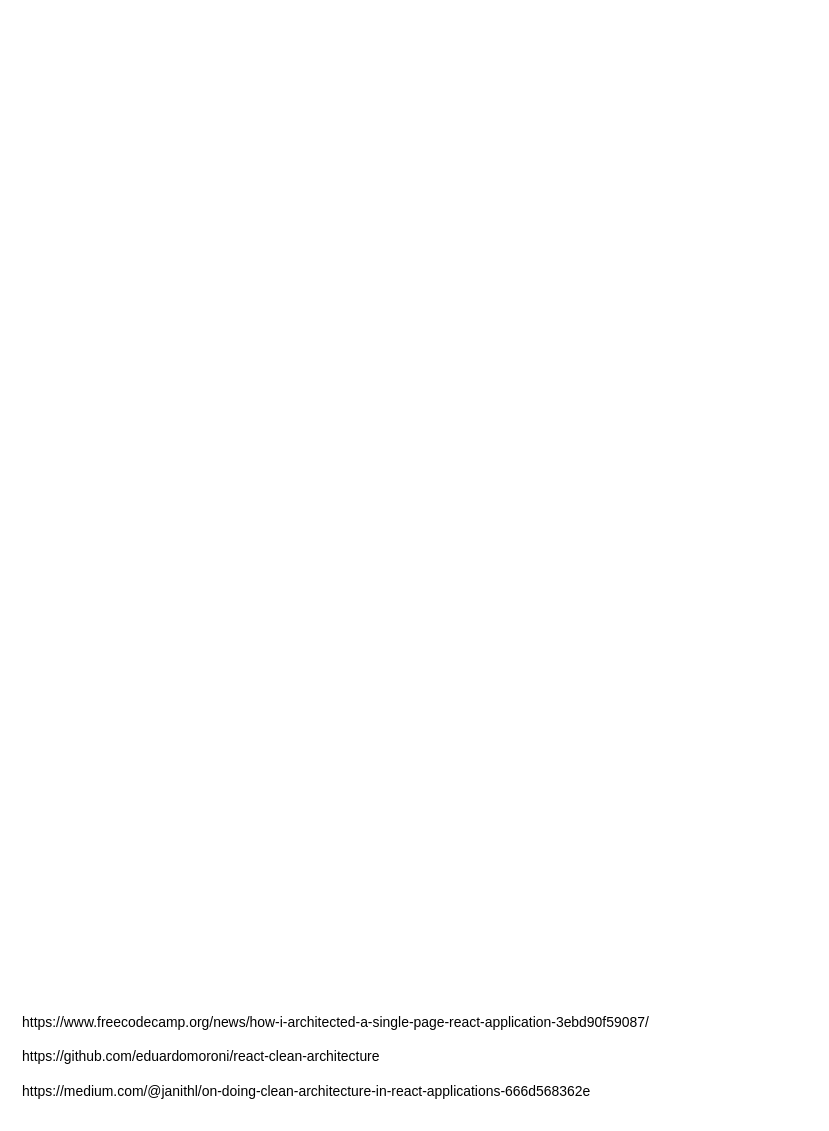
The draw.io diagram page "SPA Basic Architecture" (4 of 5) of Basic Documentation.drawio in Abbaco-dev/AbbacoDOC, before the edit. Source tidied: cells renumbered, new cells numbered last; positions are measured from the earlier drawing's top-left corner, leaving out a move shared by most shapes. Both pictures are drawn from the tidied source at 116%, with x=0, y=0 at pixel (20, 1006).
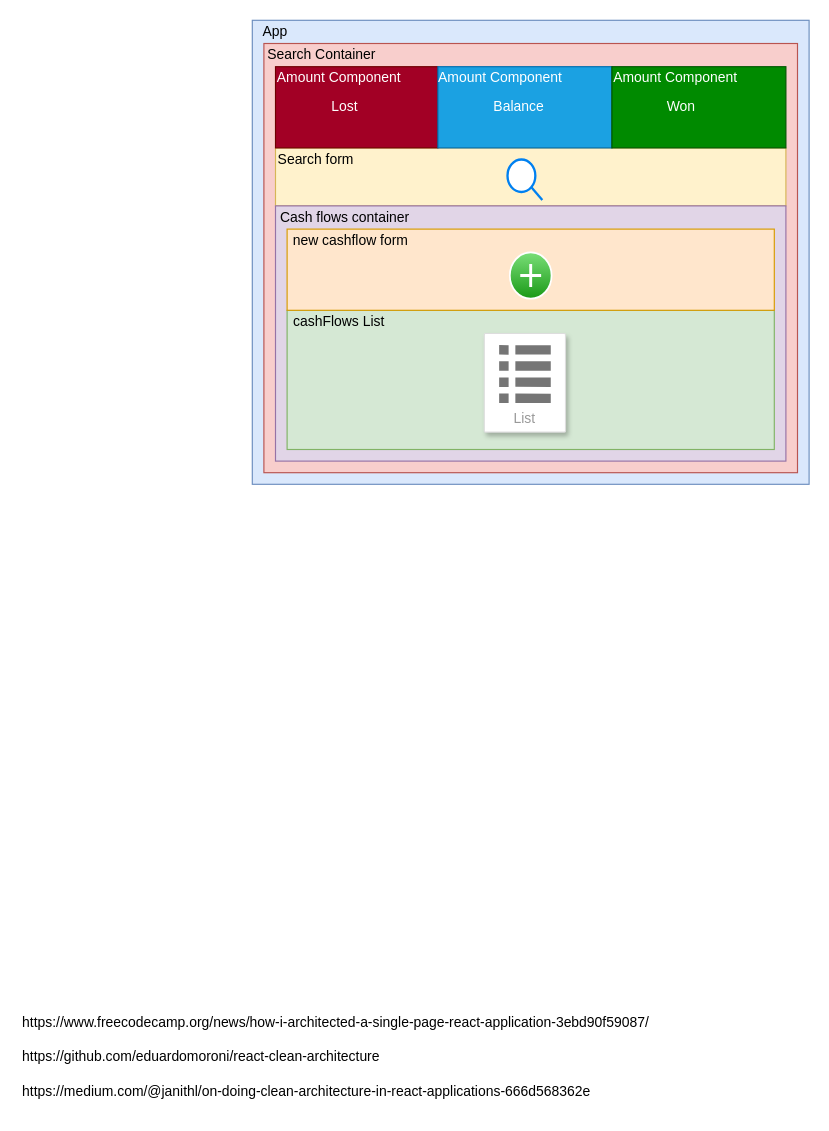
The same page after the edit.

What changed in the source:
```diff
@@
+    <mxCell id="5" style="rounded=0;whiteSpace=wrap;html=1;fillColor=#dae8fc;strokeColor=#6c8ebf;" parent="1" vertex="1">
+      <mxGeometry x="200" y="-850" width="480" height="400" as="geometry" />
+    </mxCell>
+    <mxCell id="6" value="App" style="text;html=1;strokeColor=none;fillColor=none;align=center;verticalAlign=middle;whiteSpace=wrap;rounded=0;" parent="1" vertex="1">
+      <mxGeometry x="200" y="-850" width="40" height="20" as="geometry" />
+    </mxCell>
+    <mxCell id="7" style="rounded=0;whiteSpace=wrap;html=1;fillColor=#f8cecc;strokeColor=#b85450;" parent="1" vertex="1">
+      <mxGeometry x="210" y="-830" width="460" height="370" as="geometry" />
+    </mxCell>
+    <mxCell id="8" value="Search Container" style="text;html=1;strokeColor=none;fillColor=none;align=center;verticalAlign=middle;whiteSpace=wrap;rounded=0;" parent="1" vertex="1">
+      <mxGeometry x="210" y="-830" width="100" height="20" as="geometry" />
+    </mxCell>
+    <mxCell id="9" style="rounded=0;whiteSpace=wrap;html=1;fillColor=#fff2cc;strokeColor=#d6b656;" parent="1" vertex="1">
+      <mxGeometry x="220" y="-740" width="440" height="50" as="geometry" />
+    </mxCell>
+    <mxCell id="10" style="html=1;verticalLabelPosition=bottom;align=center;labelBackgroundColor=#ffffff;verticalAlign=top;strokeWidth=2;strokeColor=#0080F0;shadow=0;dashed=0;shape=mxgraph.ios7.icons.looking_glass;" parent="1" vertex="1">
+      <mxGeometry x="420" y="-730" width="30" height="35" as="geometry" />
+    </mxCell>
+    <mxCell id="11" value="Search form" style="text;html=1;strokeColor=none;fillColor=none;align=center;verticalAlign=middle;whiteSpace=wrap;rounded=0;" parent="1" vertex="1">
+      <mxGeometry x="220" y="-740" width="70" height="20" as="geometry" />
+    </mxCell>
+    <mxCell id="12" style="rounded=0;whiteSpace=wrap;html=1;fillColor=#e1d5e7;strokeColor=#9673a6;" parent="1" vertex="1">
+      <mxGeometry x="220" y="-690" width="440" height="220" as="geometry" />
+    </mxCell>
+    <mxCell id="13" value="Cash flows container" style="text;html=1;strokeColor=none;fillColor=none;align=center;verticalAlign=middle;whiteSpace=wrap;rounded=0;" parent="1" vertex="1">
+      <mxGeometry x="220" y="-690" width="120" height="20" as="geometry" />
+    </mxCell>
+    <mxCell id="14" style="rounded=0;whiteSpace=wrap;html=1;fillColor=#d5e8d4;strokeColor=#82b366;" parent="1" vertex="1">
+      <mxGeometry x="230" y="-600" width="420" height="120" as="geometry" />
+    </mxCell>
+    <mxCell id="15" value="cashFlows List" style="text;html=1;strokeColor=none;fillColor=none;align=center;verticalAlign=middle;whiteSpace=wrap;rounded=0;" parent="1" vertex="1">
+      <mxGeometry x="230" y="-600" width="90" height="20" as="geometry" />
+    </mxCell>
+    <mxCell id="16" style="rounded=0;whiteSpace=wrap;html=1;fillColor=#ffe6cc;strokeColor=#d79b00;" parent="1" vertex="1">
+      <mxGeometry x="230" y="-670" width="420" height="70" as="geometry" />
+    </mxCell>
+    <mxCell id="17" value="new cashflow form" style="text;html=1;strokeColor=none;fillColor=none;align=center;verticalAlign=middle;whiteSpace=wrap;rounded=0;" parent="1" vertex="1">
+      <mxGeometry x="230" y="-670" width="110" height="20" as="geometry" />
+    </mxCell>
+    <mxCell id="18" style="verticalLabelPosition=bottom;verticalAlign=top;html=1;shadow=0;dashed=0;strokeWidth=1;shape=mxgraph.ios.iAddIcon;fillColor=#7AdF78;fillColor2=#1A9917;strokeColor=#ffffff;" parent="1" vertex="1">
+      <mxGeometry x="422" y="-650" width="36" height="40" as="geometry" />
+    </mxCell>
+    <mxCell id="19" value="List" style="strokeColor=#dddddd;shadow=1;strokeWidth=1;rounded=1;absoluteArcSize=1;arcSize=2;labelPosition=center;verticalLabelPosition=middle;align=center;verticalAlign=bottom;spacingLeft=0;fontColor=#999999;fontSize=12;whiteSpace=wrap;spacingBottom=2;" parent="1" vertex="1">
+      <mxGeometry x="400" y="-580" width="70" height="85" as="geometry" />
+    </mxCell>
+    <mxCell id="20" style="dashed=0;html=1;fillColor=#757575;strokeColor=none;shape=mxgraph.gcp2.list;" parent="19" vertex="1">
+      <mxGeometry x="0.5" width="44.5" height="50" relative="1" as="geometry">
+        <mxPoint x="-22.2" y="10" as="offset" />
+      </mxGeometry>
+    </mxCell>
+    <mxCell id="21" style="rounded=0;whiteSpace=wrap;html=1;fillColor=#a20025;strokeColor=#6F0000;fontColor=#ffffff;" parent="1" vertex="1">
+      <mxGeometry x="220" y="-810" width="140" height="70" as="geometry" />
+    </mxCell>
+    <mxCell id="22" value="&lt;font color=&quot;#ffffff&quot;&gt;Lost&lt;/font&gt;" style="text;html=1;strokeColor=none;fillColor=none;align=center;verticalAlign=middle;whiteSpace=wrap;rounded=0;" parent="1" vertex="1">
+      <mxGeometry x="260" y="-785" width="40" height="20" as="geometry" />
+    </mxCell>
+    <mxCell id="23" style="rounded=0;whiteSpace=wrap;html=1;fillColor=#1ba1e2;strokeColor=#006EAF;fontColor=#ffffff;" parent="1" vertex="1">
+      <mxGeometry x="360" y="-810" width="150" height="70" as="geometry" />
+    </mxCell>
+    <mxCell id="24" style="rounded=0;whiteSpace=wrap;html=1;fillColor=#008a00;strokeColor=#005700;fontColor=#ffffff;" parent="1" vertex="1">
+      <mxGeometry x="510" y="-810" width="150" height="70" as="geometry" />
+    </mxCell>
+    <mxCell id="25" value="&lt;font color=&quot;#ffffff&quot;&gt;Won&lt;/font&gt;" style="text;html=1;strokeColor=none;fillColor=none;align=center;verticalAlign=middle;whiteSpace=wrap;rounded=0;" parent="1" vertex="1">
+      <mxGeometry x="550" y="-785" width="40" height="20" as="geometry" />
+    </mxCell>
+    <mxCell id="26" value="&lt;font color=&quot;#ffffff&quot;&gt;Balance&lt;/font&gt;" style="text;html=1;strokeColor=none;fillColor=none;align=center;verticalAlign=middle;whiteSpace=wrap;rounded=0;" parent="1" vertex="1">
+      <mxGeometry x="410" y="-785" width="40" height="20" as="geometry" />
+    </mxCell>
+    <mxCell id="27" value="&lt;font color=&quot;#ffffff&quot;&gt;Amount Component&lt;/font&gt;" style="text;html=1;strokeColor=none;fillColor=none;align=center;verticalAlign=middle;whiteSpace=wrap;rounded=0;" parent="1" vertex="1">
+      <mxGeometry x="220" y="-810" width="110" height="20" as="geometry" />
+    </mxCell>
+    <mxCell id="28" value="&lt;font color=&quot;#ffffff&quot;&gt;Amount Component&lt;/font&gt;" style="text;html=1;strokeColor=none;fillColor=none;align=center;verticalAlign=middle;whiteSpace=wrap;rounded=0;" parent="1" vertex="1">
+      <mxGeometry x="510" y="-810" width="110" height="20" as="geometry" />
+    </mxCell>
+    <mxCell id="29" value="&lt;font color=&quot;#ffffff&quot;&gt;Amount Component&lt;/font&gt;" style="text;html=1;strokeColor=none;fillColor=none;align=center;verticalAlign=middle;whiteSpace=wrap;rounded=0;" parent="1" vertex="1">
+      <mxGeometry x="359" y="-810" width="110" height="20" as="geometry" />
+    </mxCell>
```
